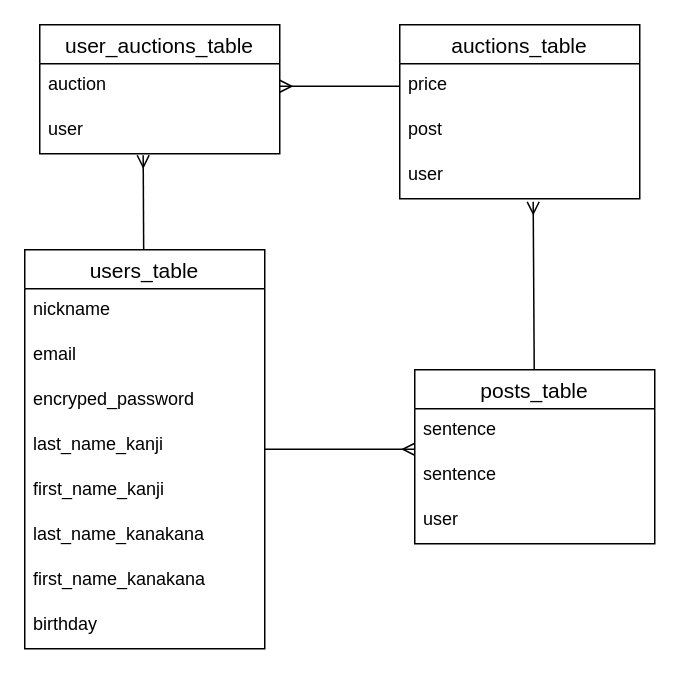
Above: ER.dio in marchuta/showpost-2022 (draw.io), before the change. Source tidied: cells renumbered, new cells numbered last; positions are measured from the earlier drawing's top-left corner, leaving out a move shared by most shapes. Both pictures are drawn from the tidied source at 150%, with x=0, y=0 at pixel (24, 24).
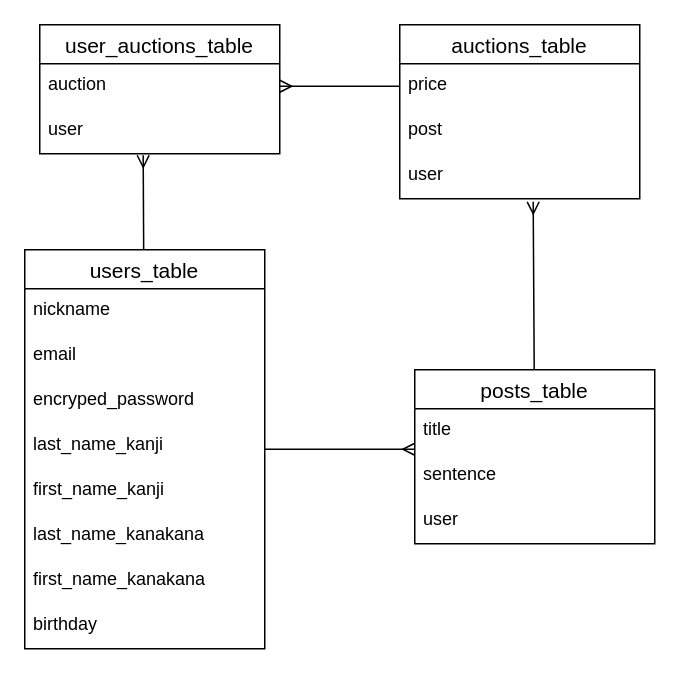
The same page after the edit.

Unchanged cells that the change refers to:
```xml
<mxCell id="14" value="posts_table" style="swimlane;fontStyle=0;horizontal=1;startSize=26;align=center;fontSize=14;" parent="1" vertex="1">
  <mxGeometry x="260" y="230" width="160" height="116" as="geometry" />
</mxCell>
```

The edit, as a diff of the source:
```diff
@@
-    <mxCell id="15" value="sentence" style="text;strokeColor=none;fillColor=none;spacingLeft=4;spacingRight=4;overflow=hidden;fontSize=12;" parent="14" vertex="1">
+    <mxCell id="15" value="title" style="text;strokeColor=none;fillColor=none;spacingLeft=4;spacingRight=4;overflow=hidden;fontSize=12;" parent="14" vertex="1">
       <mxGeometry y="26" width="160" height="30" as="geometry" />
     </mxCell>
```
